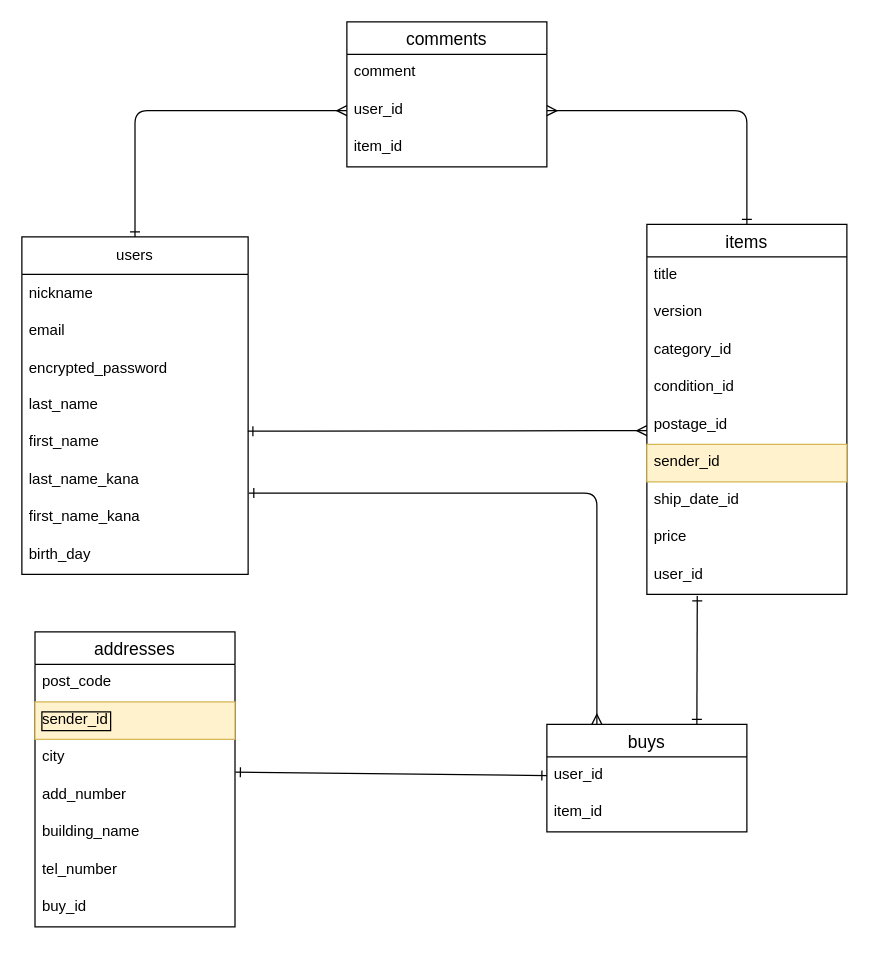
kurikinako/furima-39224 keeps this draw.io diagram as er.dio. Above is the earlier version. Source tidied: cells renumbered, new cells numbered last; positions are measured from the earlier drawing's top-left corner, leaving out a move shared by most shapes. Both pictures are drawn from the tidied source at 125%, with x=0, y=0 at pixel (21, 21).
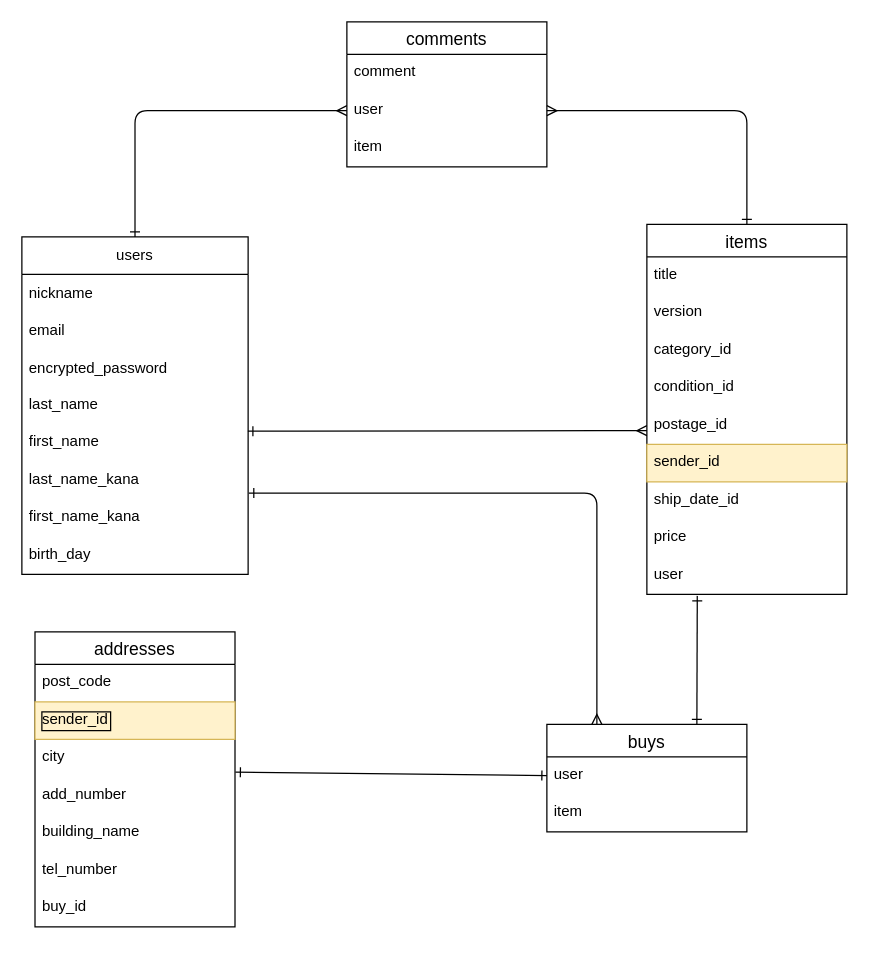
Above is the later version.

Commit message:
データベース設計の修正⑤

The change refers to these unchanged cells:
```xml
<mxCell id="12" value="items" style="swimlane;fontStyle=0;horizontal=1;startSize=26;align=center;fontSize=14;" parent="1" vertex="1">
  <mxGeometry x="500" y="162" width="160" height="296" as="geometry" />
</mxCell>
<mxCell id="22" value="comments" style="swimlane;fontStyle=0;horizontal=1;startSize=26;align=center;fontSize=14;" parent="1" vertex="1">
  <mxGeometry x="260" width="160" height="116" as="geometry" />
</mxCell>
<mxCell id="28" value="buys" style="swimlane;fontStyle=0;horizontal=1;startSize=26;align=center;fontSize=14;" parent="1" vertex="1">
  <mxGeometry x="420" y="562" width="160" height="86" as="geometry" />
</mxCell>
```

Diff of the diagram source:
```diff
@@
-    <mxCell id="21" value="user_id" style="text;spacingLeft=4;spacingRight=4;overflow=hidden;points=[[0,0.5],[1,0.5]];portConstraint=eastwest;fontSize=12;" parent="12" vertex="1">
+    <mxCell id="21" value="user" style="text;spacingLeft=4;spacingRight=4;overflow=hidden;points=[[0,0.5],[1,0.5]];portConstraint=eastwest;fontSize=12;" parent="12" vertex="1">
       <mxGeometry y="266" width="160" height="30" as="geometry" />
     </mxCell>
@@
-    <mxCell id="24" value="user_id" style="text;spacingLeft=4;spacingRight=4;overflow=hidden;points=[[0,0.5],[1,0.5]];portConstraint=eastwest;fontSize=12;labelBackgroundColor=none;" parent="22" vertex="1">
+    <mxCell id="24" value="user" style="text;spacingLeft=4;spacingRight=4;overflow=hidden;points=[[0,0.5],[1,0.5]];portConstraint=eastwest;fontSize=12;labelBackgroundColor=none;" parent="22" vertex="1">
       <mxGeometry y="56" width="160" height="30" as="geometry" />
     </mxCell>
-    <mxCell id="25" value="item_id" style="text;strokeColor=none;fillColor=none;spacingLeft=4;spacingRight=4;overflow=hidden;fontSize=12;" parent="22" vertex="1">
+    <mxCell id="25" value="item" style="text;strokeColor=none;fillColor=none;spacingLeft=4;spacingRight=4;overflow=hidden;fontSize=12;" parent="22" vertex="1">
       <mxGeometry y="86" width="160" height="30" as="geometry" />
     </mxCell>
@@
-    <mxCell id="29" value="user_id" style="text;spacingLeft=4;spacingRight=4;overflow=hidden;points=[[0,0.5],[1,0.5]];portConstraint=eastwest;fontSize=12;labelBackgroundColor=none;" parent="28" vertex="1">
+    <mxCell id="29" value="user" style="text;spacingLeft=4;spacingRight=4;overflow=hidden;points=[[0,0.5],[1,0.5]];portConstraint=eastwest;fontSize=12;labelBackgroundColor=none;" parent="28" vertex="1">
       <mxGeometry y="26" width="160" height="30" as="geometry" />
     </mxCell>
-    <mxCell id="30" value="item_id" style="text;strokeColor=none;fillColor=none;spacingLeft=4;spacingRight=4;overflow=hidden;fontSize=12;" parent="28" vertex="1">
+    <mxCell id="30" value="item" style="text;strokeColor=none;fillColor=none;spacingLeft=4;spacingRight=4;overflow=hidden;fontSize=12;" parent="28" vertex="1">
       <mxGeometry y="56" width="160" height="30" as="geometry" />
     </mxCell>
```
